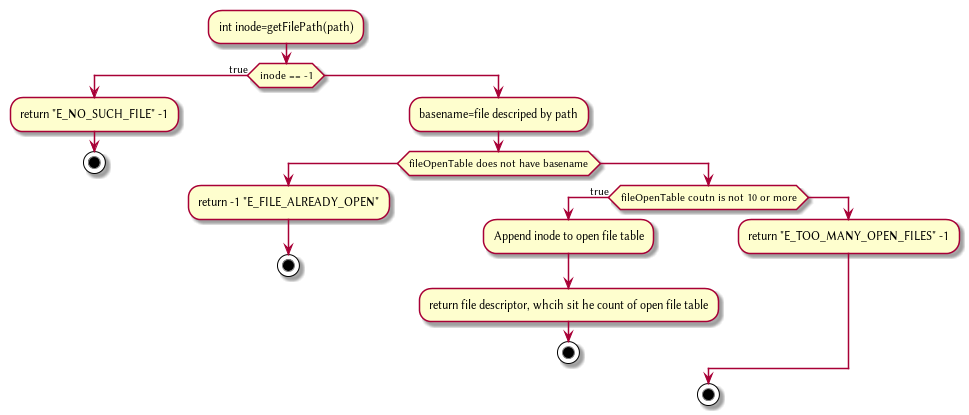
The PlantUML diagram Plant/FileOpen.png in HawaiinPizza/CIS-450-final-project, before a commit. Its diagram source:
```plantuml
@startuml
:int inode=getFilePath(path);
if(inode == -1) then (true)
    :return "E_NO_SUCH_FILE" -1;
    stop
else
    :basename=file descriped by path;

	if(fileOpenTable does not have basename)
	    :return -1 "E_FILE_ALREADY_OPEN";
	    stop
	else
	    if(fileOpenTable coutn is not 10 or more) then (true)
		    :Append inode to open file table;
		    :return file descriptor, whcih sit he count of open file table;
		    stop
	    else
		:return "E_TOO_MANY_OPEN_FILES" -1;
	    endif
	    stop
	endif
endif
@enduml
```
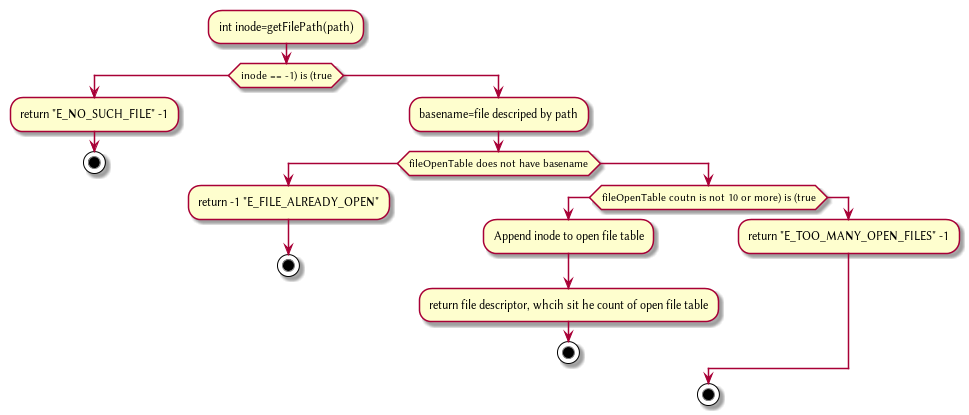
After the commit.

The edit, as a diff of the source:
```diff
@@ -1,6 +1,6 @@
 @startuml
 :int inode=getFilePath(path);
-if(inode == -1) then (true)
+if(inode == -1) is (true)
     :return "E_NO_SUCH_FILE" -1;
     stop
 else
@@ -10,7 +10,7 @@
 	    :return -1 "E_FILE_ALREADY_OPEN";
 	    stop
 	else
-	    if(fileOpenTable coutn is not 10 or more) then (true)
+	    if(fileOpenTable coutn is not 10 or more) is (true)
 		    :Append inode to open file table;
 		    :return file descriptor, whcih sit he count of open file table;
 		    stop
```
